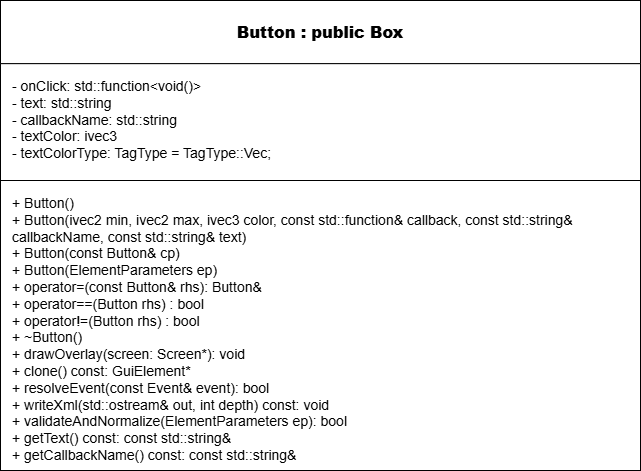
Above: images/Button_UML.png in cgreen2048/ArtHuddle (draw.io), before the change. Source tidied: cells renumbered, new cells last; positions are measured from the earlier drawing's top-left corner, leaving out a move shared by most shapes.
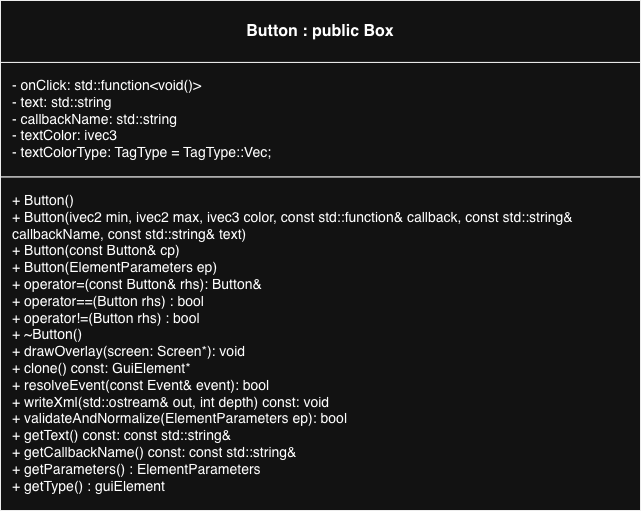
The same diagram one commit later.

The edit, as a diff of the source:
```diff
@@ -3,16 +3,16 @@
     <mxCell id="0" />
     <mxCell id="1" parent="0" />
     <mxCell id="2" style="shape=rectangle;whiteSpace=wrap;html=1;rounded=0;strokeColor=#000000;fillColor=#ffffff;" parent="1" vertex="1">
-      <mxGeometry width="640" height="470" as="geometry" />
+      <mxGeometry width="640" height="510" as="geometry" />
     </mxCell>
     <mxCell id="3" value="&lt;b&gt;Button : public Box&lt;/b&gt;" style="shape=rectangle;whiteSpace=wrap;html=1;rounded=0;strokeColor=#000000;fillColor=#ffffff;align=center;verticalAlign=middle;fontStyle=1;fontSize=16;" parent="2" vertex="1">
-      <mxGeometry width="640" height="63.2" as="geometry" />
+      <mxGeometry width="640" height="61.9" as="geometry" />
     </mxCell>
     <mxCell id="4" value="- onClick: std::function&amp;lt;void()&amp;gt;&lt;br&gt;- text: std::string&lt;div&gt;- callbackName:&amp;nbsp;&lt;span style=&quot;background-color: transparent; color: light-dark(rgb(0, 0, 0), rgb(255, 255, 255));&quot;&gt;std::string&lt;/span&gt;&lt;/div&gt;&lt;div&gt;&lt;span style=&quot;background-color: transparent; color: light-dark(rgb(0, 0, 0), rgb(255, 255, 255));&quot;&gt;- textColor: ivec3&lt;/span&gt;&lt;/div&gt;&lt;div&gt;&lt;span style=&quot;background-color: transparent; color: light-dark(rgb(0, 0, 0), rgb(255, 255, 255));&quot;&gt;- textColorType: TagType = TagType::Vec;&lt;/span&gt;&lt;/div&gt;" style="shape=rectangle;whiteSpace=wrap;html=1;rounded=0;strokeColor=#000000;fillColor=#ffffff;align=left;verticalAlign=top;spacingLeft=10;spacingTop=8;fontSize=14;" parent="2" vertex="1">
-      <mxGeometry y="63.2" width="640" height="116.8" as="geometry" />
+      <mxGeometry y="61.9" width="640" height="114.6" as="geometry" />
     </mxCell>
-    <mxCell id="5" value="+ Button()&lt;br&gt;+ Button(ivec2 min, ivec2 max, ivec3 color, const std::function&amp;amp; callback, const std::string&amp;amp; callbackName, const std::string&amp;amp; text)&lt;br&gt;+ Button(const Button&amp;amp; cp)&lt;div&gt;+&amp;nbsp;Button(ElementParameters ep)&lt;br&gt;+ operator=(const Button&amp;amp; rhs): Button&amp;amp;&lt;/div&gt;&lt;div&gt;+&amp;nbsp;&lt;span style=&quot;background-color: transparent;&quot;&gt;operator==(Button rhs) : bool&lt;/span&gt;&lt;/div&gt;&lt;div&gt;&lt;span style=&quot;background-color: transparent; color: light-dark(rgb(0, 0, 0), rgb(255, 255, 255));&quot;&gt;+ operator!=(Button rhs) : bool&lt;/span&gt;&lt;span style=&quot;background-color: transparent;&quot;&gt;&lt;br&gt;&lt;/span&gt;+ ~Button()&lt;/div&gt;&lt;div&gt;+ drawOverlay(screen: Screen*): void&lt;/div&gt;&lt;div&gt;+ clone() const: GuiElement*&lt;br&gt;+ resolveEvent(const Event&amp;amp; event): bool&lt;br&gt;+ writeXml(std::ostream&amp;amp; out, int depth) const: void&lt;/div&gt;&lt;div&gt;+ validateAndNormalize(ElementParameters ep): bool&lt;/div&gt;&lt;div&gt;+&amp;nbsp;getText() const:&amp;nbsp;const std::string&amp;amp;&lt;/div&gt;&lt;div&gt;+&amp;nbsp;getCallbackName() const:&amp;nbsp;const std::string&amp;amp;&lt;/div&gt;" style="shape=rectangle;whiteSpace=wrap;html=1;rounded=0;strokeColor=#000000;fillColor=#ffffff;align=left;verticalAlign=top;spacingLeft=10;spacingTop=8;fontSize=14;" parent="2" vertex="1">
-      <mxGeometry y="180" width="640" height="290" as="geometry" />
+    <mxCell id="5" value="+ Button()&lt;br&gt;+ Button(ivec2 min, ivec2 max, ivec3 color, const std::function&amp;amp; callback, const std::string&amp;amp; callbackName, const std::string&amp;amp; text)&lt;br&gt;+ Button(const Button&amp;amp; cp)&lt;div&gt;+&amp;nbsp;Button(ElementParameters ep)&lt;br&gt;+ operator=(const Button&amp;amp; rhs): Button&amp;amp;&lt;/div&gt;&lt;div&gt;+&amp;nbsp;&lt;span style=&quot;background-color: transparent;&quot;&gt;operator==(Button rhs) : bool&lt;/span&gt;&lt;/div&gt;&lt;div&gt;&lt;span style=&quot;background-color: transparent; color: light-dark(rgb(0, 0, 0), rgb(255, 255, 255));&quot;&gt;+ operator!=(Button rhs) : bool&lt;/span&gt;&lt;span style=&quot;background-color: transparent;&quot;&gt;&lt;br&gt;&lt;/span&gt;+ ~Button()&lt;/div&gt;&lt;div&gt;+ drawOverlay(screen: Screen*): void&lt;/div&gt;&lt;div&gt;+ clone() const: GuiElement*&lt;br&gt;+ resolveEvent(const Event&amp;amp; event): bool&lt;br&gt;+ writeXml(std::ostream&amp;amp; out, int depth) const: void&lt;/div&gt;&lt;div&gt;+ validateAndNormalize(ElementParameters ep): bool&lt;/div&gt;&lt;div&gt;+&amp;nbsp;getText() const:&amp;nbsp;const std::string&amp;amp;&lt;/div&gt;&lt;div&gt;+&amp;nbsp;getCallbackName() const:&amp;nbsp;const std::string&amp;amp;&lt;/div&gt;&lt;div&gt;+ getParameters() : ElementParameters&lt;/div&gt;&lt;div&gt;+ getType() : guiElement&lt;/div&gt;" style="shape=rectangle;whiteSpace=wrap;html=1;rounded=0;strokeColor=#000000;fillColor=#ffffff;align=left;verticalAlign=top;spacingLeft=10;spacingTop=8;fontSize=14;" parent="2" vertex="1">
+      <mxGeometry y="176.5" width="640" height="333.5" as="geometry" />
     </mxCell>
   </root>
 </mxGraphModel>
```
